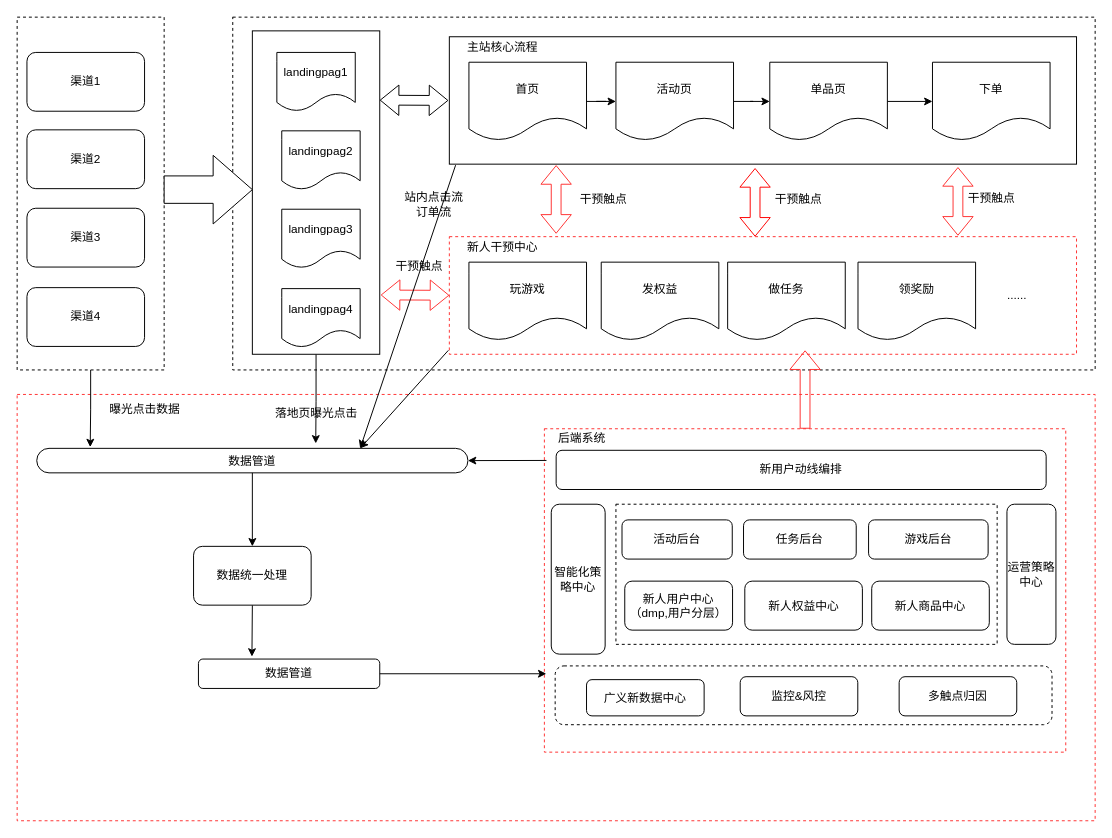
Above: Untitled Diagram.drawio in lishanlin/doc (draw.io), before the change. Source tidied: cells renumbered, new cells numbered last; positions are measured from the earlier drawing's top-left corner, leaving out a move shared by most shapes. Both pictures are drawn from the tidied source at 98%, with x=0, y=0 at pixel (17, 17).
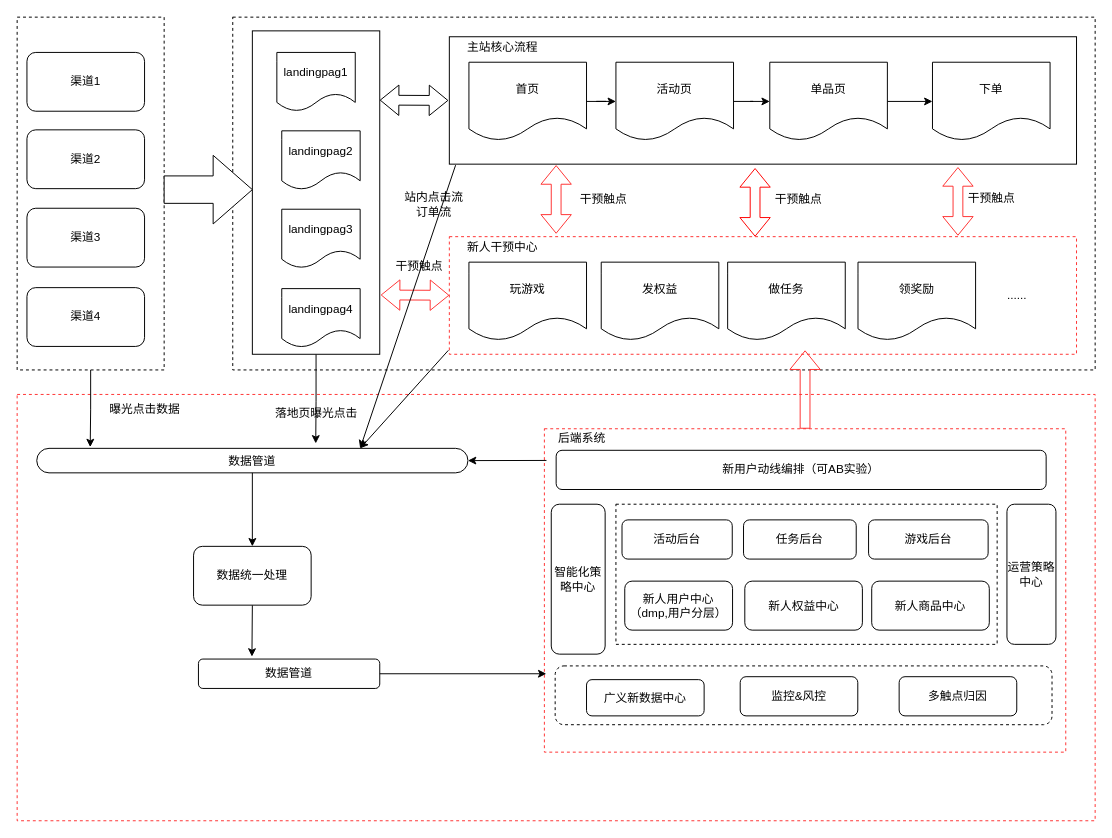
The same page after the edit.

What changed in the source:
```diff
@@
-    <mxCell id="64" value="新用户动线编排" style="rounded=1;whiteSpace=wrap;html=1;" parent="1" vertex="1">
+    <mxCell id="64" value="新用户动线编排（可AB实验）" style="rounded=1;whiteSpace=wrap;html=1;" parent="1" vertex="1">
       <mxGeometry x="550" y="442" width="500" height="40" as="geometry" />
     </mxCell>
```
